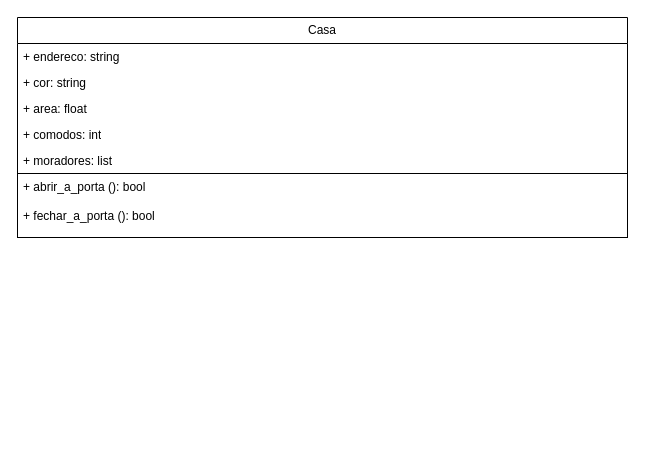
Above: Exercicio1.drawio in matheussilvano/drawio (draw.io), before the change. Source tidied: cells renumbered, new cells numbered last; positions are measured from the earlier drawing's top-left corner, leaving out a move shared by most shapes. Both pictures are drawn from the tidied source at 100%, with x=0, y=0 at pixel (17, 17).
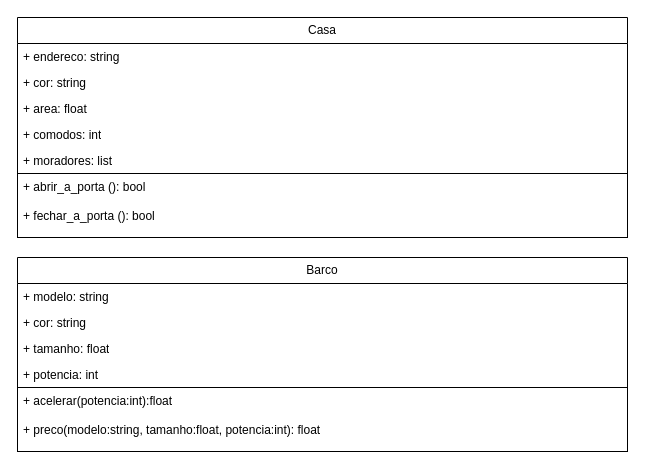
The same diagram, later.

Diff of the diagram source:
```diff
@@
 <mxGraphModel>
   <root>
     <mxCell id="0" />
     <mxCell id="1" parent="0" />
     <mxCell id="2" value="Casa" style="swimlane;fontStyle=0;horizontal=1;startSize=26;fillColor=none;whiteSpace=wrap;html=1;" parent="1" vertex="1">
       <mxGeometry width="610" height="220" as="geometry" />
     </mxCell>
     <mxCell id="3" value="+ endereco: string" style="text;strokeColor=none;fillColor=none;align=left;verticalAlign=top;spacingLeft=4;spacingRight=4;overflow=hidden;whiteSpace=wrap;html=1;" parent="2" vertex="1">
       <mxGeometry y="26" width="610" height="26" as="geometry" />
     </mxCell>
     <mxCell id="4" value="+ cor: string&lt;div&gt;&lt;br&gt;&lt;/div&gt;" style="text;strokeColor=none;fillColor=none;align=left;verticalAlign=top;spacingLeft=4;spacingRight=4;overflow=hidden;whiteSpace=wrap;html=1;" parent="2" vertex="1">
       <mxGeometry y="52" width="610" height="26" as="geometry" />
     </mxCell>
     <mxCell id="5" value="+ area: float&lt;div&gt;&lt;br&gt;&lt;/div&gt;" style="text;strokeColor=none;fillColor=none;align=left;verticalAlign=top;spacingLeft=4;spacingRight=4;overflow=hidden;whiteSpace=wrap;html=1;" parent="2" vertex="1">
       <mxGeometry y="78" width="610" height="26" as="geometry" />
     </mxCell>
     <mxCell id="6" value="+ comodos: int&lt;div&gt;&lt;br&gt;&lt;/div&gt;" style="text;strokeColor=none;fillColor=none;align=left;verticalAlign=top;spacingLeft=4;spacingRight=4;overflow=hidden;whiteSpace=wrap;html=1;" parent="2" vertex="1">
       <mxGeometry y="104" width="610" height="26" as="geometry" />
     </mxCell>
     <mxCell id="7" value="+ moradores: list&lt;div&gt;&lt;br&gt;&lt;/div&gt;" style="text;strokeColor=none;fillColor=none;align=left;verticalAlign=top;spacingLeft=4;spacingRight=4;overflow=hidden;whiteSpace=wrap;html=1;" parent="2" vertex="1">
       <mxGeometry y="130" width="610" height="26" as="geometry" />
     </mxCell>
     <mxCell id="8" value="+ abrir_a_porta (): bool&lt;div&gt;&lt;br&gt;&lt;/div&gt;&lt;div&gt;+ fechar_a_porta (): bool&lt;div&gt;&lt;br&gt;&lt;/div&gt;&lt;/div&gt;" style="text;strokeColor=default;fillColor=none;align=left;verticalAlign=top;spacingLeft=4;spacingRight=4;overflow=hidden;whiteSpace=wrap;html=1;" parent="2" vertex="1">
       <mxGeometry y="156" width="610" height="64" as="geometry" />
     </mxCell>
+    <mxCell id="9" value="Barco" style="swimlane;fontStyle=0;horizontal=1;startSize=26;fillColor=none;whiteSpace=wrap;html=1;" parent="1" vertex="1">
+      <mxGeometry y="240" width="610" height="194" as="geometry" />
+    </mxCell>
+    <mxCell id="10" value="+ modelo: string" style="text;strokeColor=none;fillColor=none;align=left;verticalAlign=top;spacingLeft=4;spacingRight=4;overflow=hidden;whiteSpace=wrap;html=1;" parent="9" vertex="1">
+      <mxGeometry y="26" width="610" height="26" as="geometry" />
+    </mxCell>
+    <mxCell id="11" value="+ cor: string&lt;div&gt;&lt;br&gt;&lt;/div&gt;" style="text;strokeColor=none;fillColor=none;align=left;verticalAlign=top;spacingLeft=4;spacingRight=4;overflow=hidden;whiteSpace=wrap;html=1;" parent="9" vertex="1">
+      <mxGeometry y="52" width="610" height="26" as="geometry" />
+    </mxCell>
+    <mxCell id="12" value="+ tamanho: float&lt;div&gt;&lt;br&gt;&lt;/div&gt;" style="text;strokeColor=none;fillColor=none;align=left;verticalAlign=top;spacingLeft=4;spacingRight=4;overflow=hidden;whiteSpace=wrap;html=1;" parent="9" vertex="1">
+      <mxGeometry y="78" width="610" height="26" as="geometry" />
+    </mxCell>
+    <mxCell id="13" value="+ potencia: int&lt;div&gt;&lt;br&gt;&lt;/div&gt;" style="text;strokeColor=none;fillColor=none;align=left;verticalAlign=top;spacingLeft=4;spacingRight=4;overflow=hidden;whiteSpace=wrap;html=1;" parent="9" vertex="1">
+      <mxGeometry y="104" width="610" height="26" as="geometry" />
+    </mxCell>
+    <mxCell id="14" value="+ acelerar(potencia:int):float&amp;nbsp;&lt;div&gt;&lt;br&gt;&lt;/div&gt;&lt;div&gt;+ preco(modelo:string, tamanho:float, potencia:int): float&lt;div&gt;&lt;br&gt;&lt;/div&gt;&lt;/div&gt;" style="text;strokeColor=default;fillColor=none;align=left;verticalAlign=top;spacingLeft=4;spacingRight=4;overflow=hidden;whiteSpace=wrap;html=1;" parent="9" vertex="1">
+      <mxGeometry y="130" width="610" height="64" as="geometry" />
+    </mxCell>
   </root>
 </mxGraphModel>
```
